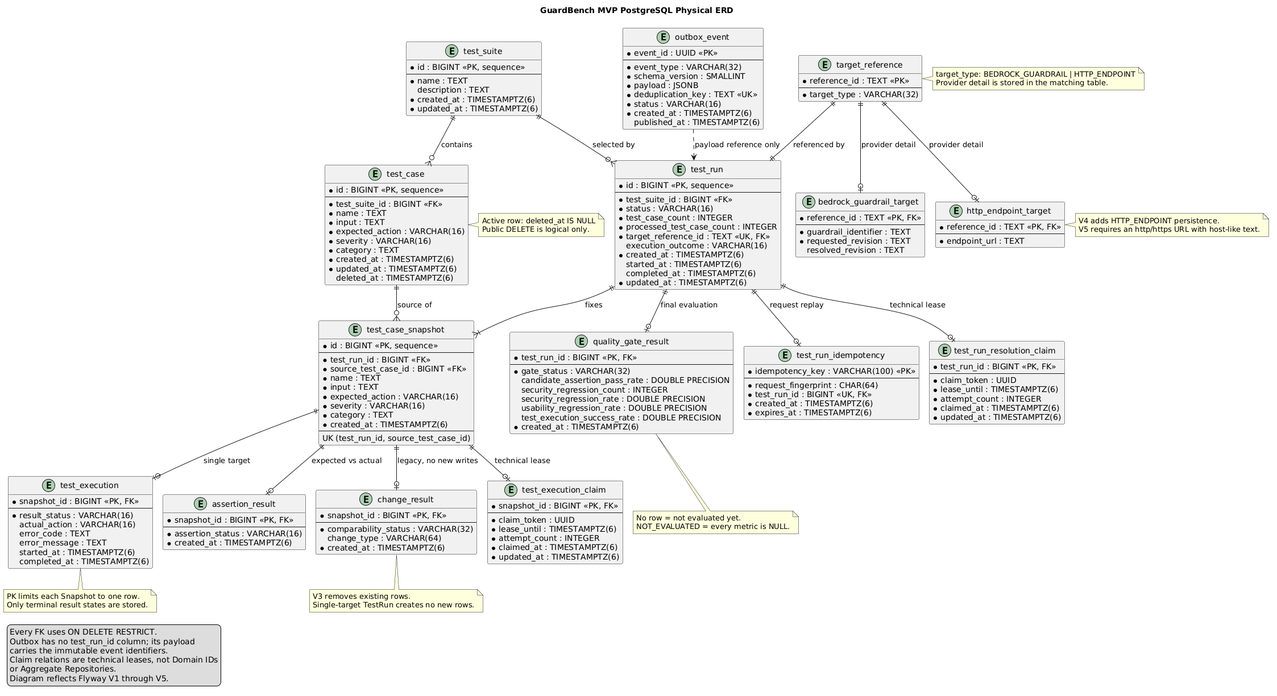
The PlantUML diagram docs/diagrams/guardbench-mvp-physical-erd.png in GuardBench/guardbench-backend, before a commit.
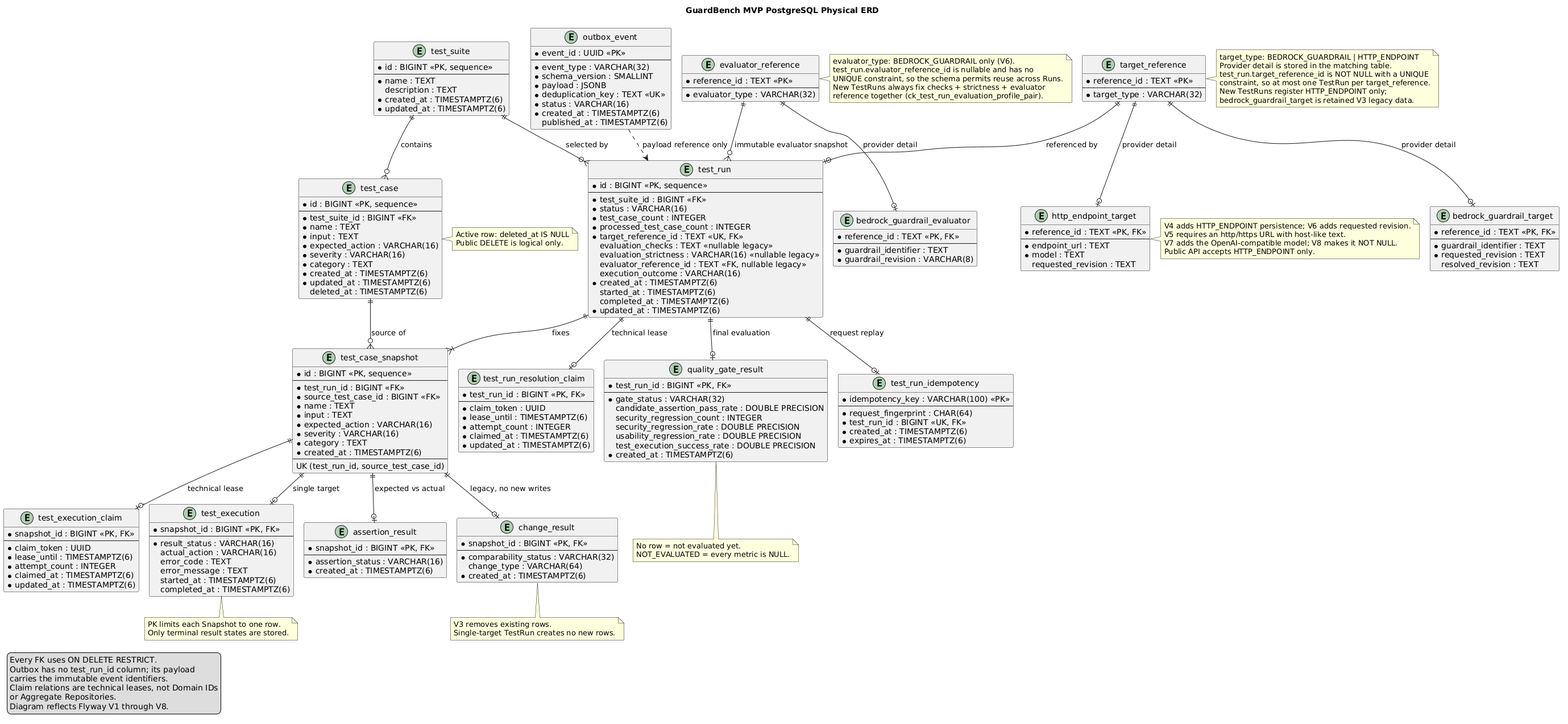
After the commit.

Commit message:
docs(erd): 물리 ERD를 Flyway V8 기준으로 갱신

임시 PostgreSQL에 V1~V8을 적용해 pg_attribute·pg_constraint를 덤프하고
17개 테이블의 컬럼·NOT NULL·PK/UK/FK·CHECK를 대조했다.

- http_endpoint_target.model NOT NULL 추가(V7·V8)
- target_reference→test_run은 UNIQUE만 보장하므로 o| 로 정정
- evaluator_reference→test_run은 nullable FK에 UNIQUE가 없어 o{ 로 정정
- legend를 V1~V8로 갱신하고 reference 테이블의 제약 차이를 note에 명시
- PlantUML 원본 변경에 맞춰 PNG 재생성

Refs: #131

Change to the diagram source:
```diff
@@ -43,6 +43,9 @@
   * test_case_count : INTEGER
   * processed_test_case_count : INTEGER
   * target_reference_id : TEXT <<UK, FK>>
+    evaluation_checks : TEXT <<nullable legacy>>
+    evaluation_strictness : VARCHAR(16) <<nullable legacy>>
+    evaluator_reference_id : TEXT <<FK, nullable legacy>>
     execution_outcome : VARCHAR(16)
   * created_at : TIMESTAMPTZ(6)
     started_at : TIMESTAMPTZ(6)
@@ -68,6 +71,21 @@
   * reference_id : TEXT <<PK, FK>>
   --
   * endpoint_url : TEXT
+  * model : TEXT
+    requested_revision : TEXT
+}
+
+entity "evaluator_reference" as evaluator_reference {
+  * reference_id : TEXT <<PK>>
+  --
+  * evaluator_type : VARCHAR(32)
+}
+
+entity "bedrock_guardrail_evaluator" as bedrock_evaluator {
+  * reference_id : TEXT <<PK, FK>>
+  --
+  * guardrail_identifier : TEXT
+  * guardrail_revision : VARCHAR(8)
 }
 
 entity "test_case_snapshot" as snapshot {
@@ -166,9 +184,11 @@
 
 test_suite ||--o{ test_case : contains
 test_suite ||--o{ test_run : selected by
-target_reference ||--|| test_run : referenced by
+target_reference ||--o| test_run : referenced by
 target_reference ||--o| bedrock_target : provider detail
 target_reference ||--o| http_endpoint_target : provider detail
+evaluator_reference ||--o| bedrock_evaluator : provider detail
+evaluator_reference ||--o{ test_run : immutable evaluator snapshot
 test_run ||--|{ snapshot : fixes
 test_case ||--o{ snapshot : source of
 snapshot ||--o| execution : single target
@@ -183,11 +203,25 @@
 note right of target_reference
   target_type: BEDROCK_GUARDRAIL | HTTP_ENDPOINT
   Provider detail is stored in the matching table.
+  test_run.target_reference_id is NOT NULL with a UNIQUE
+  constraint, so at most one TestRun per target_reference.
+  New TestRuns register HTTP_ENDPOINT only;
+  bedrock_guardrail_target is retained V3 legacy data.
+end note
+
+note right of evaluator_reference
+  evaluator_type: BEDROCK_GUARDRAIL only (V6).
+  test_run.evaluator_reference_id is nullable and has no
+  UNIQUE constraint, so the schema permits reuse across Runs.
+  New TestRuns always fix checks + strictness + evaluator
+  reference together (ck_test_run_evaluation_profile_pair).
 end note
 
 note right of http_endpoint_target
-  V4 adds HTTP_ENDPOINT persistence.
+  V4 adds HTTP_ENDPOINT persistence; V6 adds requested revision.
   V5 requires an http/https URL with host-like text.
+  V7 adds the OpenAI-compatible model; V8 makes it NOT NULL.
+  Public API accepts HTTP_ENDPOINT only.
 end note
 
 note right of test_case
@@ -216,7 +250,7 @@
   carries the immutable event identifiers.
   Claim relations are technical leases, not Domain IDs
   or Aggregate Repositories.
-  Diagram reflects Flyway V1 through V5.
+  Diagram reflects Flyway V1 through V8.
 endlegend
 
 @enduml
```
